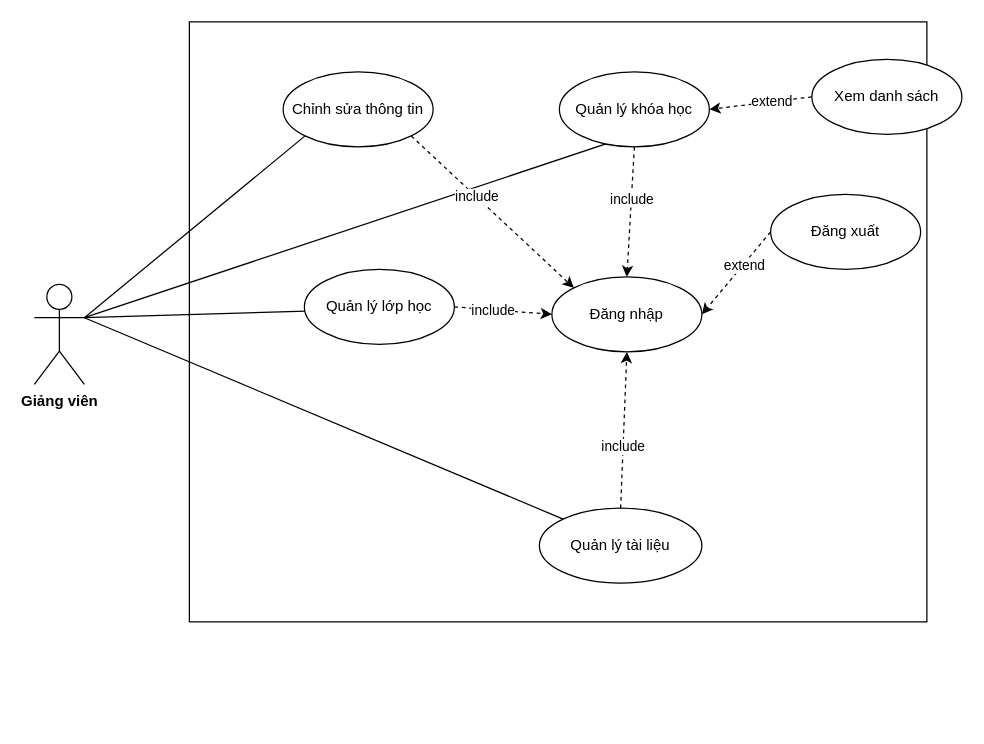
This is page "Usecase giảng viên" (4 of 5) of usecase.drawio from dctuyen/myFinalYearProject, a draw.io file, before an edit. Source tidied: cells renumbered, new cells numbered last; positions are measured from the earlier drawing's top-left corner, leaving out a move shared by most shapes. Both pictures are drawn from the tidied source at 125%, with x=0, y=0 at pixel (34, 21).
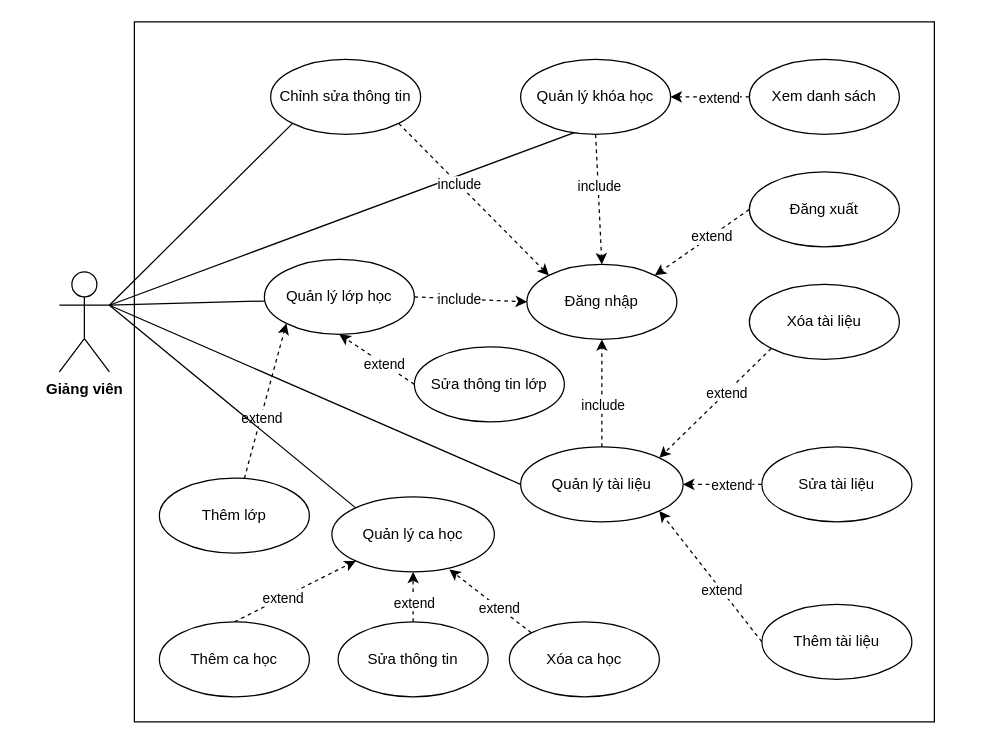
The same diagram, later.

Change to the diagram source:
```diff
@@
     <mxCell id="2" style="rounded=0;whiteSpace=wrap;html=1;" parent="1" vertex="1">
-      <mxGeometry x="124" width="590" height="480" as="geometry" />
+      <mxGeometry x="80" width="640" height="560" as="geometry" />
     </mxCell>
     <mxCell id="3" value="Đăng nhập" style="ellipse;whiteSpace=wrap;html=1;verticalAlign=middle;" parent="1" vertex="1">
-      <mxGeometry x="414" y="204" width="120" height="60" as="geometry" />
+      <mxGeometry x="394" y="194" width="120" height="60" as="geometry" />
     </mxCell>
     <mxCell id="4" value="&lt;b&gt;Giảng viên&lt;/b&gt;" style="shape=umlActor;verticalLabelPosition=bottom;verticalAlign=top;html=1;outlineConnect=0;" parent="1" vertex="1">
-      <mxGeometry y="210" width="40" height="80" as="geometry" />
+      <mxGeometry x="20" y="200" width="40" height="80" as="geometry" />
     </mxCell>
@@
     <mxCell id="6" value="Quản lý tài liệu" style="ellipse;whiteSpace=wrap;html=1;verticalAlign=middle;" parent="1" vertex="1">
-      <mxGeometry x="404" y="389" width="130" height="60" as="geometry" />
+      <mxGeometry x="389" y="340" width="130" height="60" as="geometry" />
     </mxCell>
-    <mxCell id="7" style="edgeStyle=none;rounded=1;jettySize=auto;html=1;endArrow=none;endFill=0;entryX=0;entryY=0;entryDx=0;entryDy=0;exitX=1;exitY=0.3333333333333333;exitDx=0;exitDy=0;exitPerimeter=0;" parent="1" edge="1" source="4" target="6">
+    <mxCell id="7" style="edgeStyle=none;rounded=1;jettySize=auto;html=1;endArrow=none;endFill=0;entryX=0;entryY=0.5;entryDx=0;entryDy=0;exitX=1;exitY=0.3333333333333333;exitDx=0;exitDy=0;exitPerimeter=0;" parent="1" edge="1" source="4" target="6">
       <mxGeometry relative="1" as="geometry" />
     </mxCell>
     <mxCell id="8" value="Quản lý lớp học" style="ellipse;whiteSpace=wrap;html=1;verticalAlign=middle;" parent="1" vertex="1">
-      <mxGeometry x="216" y="198" width="120" height="60" as="geometry" />
+      <mxGeometry x="184" y="190" width="120" height="60" as="geometry" />
     </mxCell>
@@
     <mxCell id="10" value="Quản lý khóa học" style="ellipse;whiteSpace=wrap;html=1;verticalAlign=middle;" parent="1" vertex="1">
-      <mxGeometry x="420" y="40" width="120" height="60" as="geometry" />
+      <mxGeometry x="389" y="30" width="120" height="60" as="geometry" />
     </mxCell>
@@
     <mxCell id="17" value="Chỉnh sửa thông tin" style="ellipse;whiteSpace=wrap;html=1;verticalAlign=middle;" parent="1" vertex="1">
-      <mxGeometry x="199" y="40" width="120" height="60" as="geometry" />
+      <mxGeometry x="189" y="30" width="120" height="60" as="geometry" />
     </mxCell>
@@
-    <mxCell id="21" style="rounded=0;jettySize=auto;html=1;exitX=0;exitY=0.5;exitDx=0;exitDy=0;entryX=1;entryY=0.5;entryDx=0;entryDy=0;dashed=1;" parent="1" edge="1" source="23" target="3">
+    <mxCell id="21" style="rounded=0;jettySize=auto;html=1;exitX=0;exitY=0.5;exitDx=0;exitDy=0;entryX=1;entryY=0;entryDx=0;entryDy=0;dashed=1;" parent="1" edge="1" source="23" target="3">
       <mxGeometry relative="1" as="geometry" />
     </mxCell>
@@
     <mxCell id="23" value="Đăng xuất" style="ellipse;whiteSpace=wrap;html=1;verticalAlign=middle;" parent="1" vertex="1">
-      <mxGeometry x="589" y="138" width="120" height="60" as="geometry" />
+      <mxGeometry x="572" y="120" width="120" height="60" as="geometry" />
     </mxCell>
@@
     <mxCell id="26" value="Xem danh sách" style="ellipse;whiteSpace=wrap;html=1;verticalAlign=middle;" parent="1" vertex="1">
-      <mxGeometry x="622" y="30" width="120" height="60" as="geometry" />
+      <mxGeometry x="572" y="30" width="120" height="60" as="geometry" />
     </mxCell>
+    <mxCell id="27" style="rounded=0;jettySize=auto;html=1;entryX=0;entryY=1;entryDx=0;entryDy=0;dashed=1;" parent="1" edge="1" source="29" target="8">
+      <mxGeometry relative="1" as="geometry" />
+    </mxCell>
+    <mxCell id="28" value="extend" style="edgeLabel;html=1;align=center;verticalAlign=middle;" parent="27" vertex="1">
+      <mxGeometry x="-0.2" relative="1" as="geometry" />
+    </mxCell>
+    <mxCell id="29" value="Thêm lớp" style="ellipse;whiteSpace=wrap;html=1;verticalAlign=middle;" parent="1" vertex="1">
+      <mxGeometry x="100" y="365" width="120" height="60" as="geometry" />
+    </mxCell>
+    <mxCell id="30" style="rounded=0;jettySize=auto;html=1;exitX=0;exitY=0.5;exitDx=0;exitDy=0;entryX=0.5;entryY=1;entryDx=0;entryDy=0;dashed=1;" parent="1" edge="1" source="32" target="8">
+      <mxGeometry relative="1" as="geometry" />
+    </mxCell>
+    <mxCell id="31" value="extend" style="edgeLabel;html=1;align=center;verticalAlign=middle;" parent="30" vertex="1">
+      <mxGeometry x="-0.2" relative="1" as="geometry" />
+    </mxCell>
+    <mxCell id="32" value="Sửa thông tin lớp" style="ellipse;whiteSpace=wrap;html=1;verticalAlign=middle;" parent="1" vertex="1">
+      <mxGeometry x="304" y="260" width="120" height="60" as="geometry" />
+    </mxCell>
+    <mxCell id="33" style="rounded=0;jettySize=auto;html=1;exitX=0;exitY=0.5;exitDx=0;exitDy=0;entryX=1;entryY=1;entryDx=0;entryDy=0;dashed=1;" parent="1" edge="1" source="35" target="6">
+      <mxGeometry relative="1" as="geometry" />
+    </mxCell>
+    <mxCell id="34" value="extend" style="edgeLabel;html=1;align=center;verticalAlign=middle;" parent="33" vertex="1">
+      <mxGeometry x="-0.2" relative="1" as="geometry" />
+    </mxCell>
+    <mxCell id="35" value="Thêm tài liệu" style="ellipse;whiteSpace=wrap;html=1;verticalAlign=middle;" parent="1" vertex="1">
+      <mxGeometry x="582" y="466" width="120" height="60" as="geometry" />
+    </mxCell>
+    <mxCell id="36" style="rounded=0;jettySize=auto;html=1;exitX=0;exitY=0.5;exitDx=0;exitDy=0;entryX=1;entryY=0.5;entryDx=0;entryDy=0;dashed=1;" parent="1" edge="1" source="38" target="6">
+      <mxGeometry relative="1" as="geometry" />
+    </mxCell>
+    <mxCell id="37" value="extend" style="edgeLabel;html=1;align=center;verticalAlign=middle;" parent="36" vertex="1">
+      <mxGeometry x="-0.2" relative="1" as="geometry" />
+    </mxCell>
+    <mxCell id="38" value="Sửa tài liệu" style="ellipse;whiteSpace=wrap;html=1;verticalAlign=middle;" parent="1" vertex="1">
+      <mxGeometry x="582" y="340" width="120" height="60" as="geometry" />
+    </mxCell>
+    <mxCell id="39" style="rounded=0;jettySize=auto;html=1;exitX=0;exitY=1;exitDx=0;exitDy=0;dashed=1;entryX=1;entryY=0;entryDx=0;entryDy=0;" parent="1" edge="1" source="41" target="6">
+      <mxGeometry relative="1" as="geometry" />
+    </mxCell>
+    <mxCell id="40" value="extend" style="edgeLabel;html=1;align=center;verticalAlign=middle;" parent="39" vertex="1">
+      <mxGeometry x="-0.2" relative="1" as="geometry" />
+    </mxCell>
+    <mxCell id="41" value="Xóa tài liệu" style="ellipse;whiteSpace=wrap;html=1;verticalAlign=middle;" parent="1" vertex="1">
+      <mxGeometry x="572" y="210" width="120" height="60" as="geometry" />
+    </mxCell>
+    <mxCell id="42" value="Quản lý ca học" style="ellipse;whiteSpace=wrap;html=1;verticalAlign=middle;" parent="1" vertex="1">
+      <mxGeometry x="238" y="380" width="130" height="60" as="geometry" />
+    </mxCell>
+    <mxCell id="43" style="edgeStyle=none;rounded=1;jettySize=auto;html=1;endArrow=none;endFill=0;entryX=0;entryY=0;entryDx=0;entryDy=0;exitX=1;exitY=0.3333333333333333;exitDx=0;exitDy=0;exitPerimeter=0;" parent="1" edge="1" source="4" target="42">
+      <mxGeometry relative="1" as="geometry" />
+    </mxCell>
+    <mxCell id="44" style="rounded=0;jettySize=auto;html=1;exitX=0.5;exitY=0;exitDx=0;exitDy=0;entryX=0;entryY=1;entryDx=0;entryDy=0;dashed=1;" parent="1" edge="1" source="46" target="42">
+      <mxGeometry relative="1" as="geometry" />
+    </mxCell>
+    <mxCell id="45" value="extend" style="edgeLabel;html=1;align=center;verticalAlign=middle;" parent="44" vertex="1">
+      <mxGeometry x="-0.2" relative="1" as="geometry" />
+    </mxCell>
+    <mxCell id="46" value="Thêm ca học" style="ellipse;whiteSpace=wrap;html=1;verticalAlign=middle;" parent="1" vertex="1">
+      <mxGeometry x="100" y="480" width="120" height="60" as="geometry" />
+    </mxCell>
+    <mxCell id="47" style="rounded=0;jettySize=auto;html=1;exitX=0.5;exitY=0;exitDx=0;exitDy=0;entryX=0.5;entryY=1;entryDx=0;entryDy=0;dashed=1;" parent="1" edge="1" source="49" target="42">
+      <mxGeometry relative="1" as="geometry" />
+    </mxCell>
+    <mxCell id="48" value="extend" style="edgeLabel;html=1;align=center;verticalAlign=middle;" parent="47" vertex="1">
+      <mxGeometry x="-0.2" relative="1" as="geometry" />
+    </mxCell>
+    <mxCell id="49" value="Sửa thông tin" style="ellipse;whiteSpace=wrap;html=1;verticalAlign=middle;" parent="1" vertex="1">
+      <mxGeometry x="243" y="480" width="120" height="60" as="geometry" />
+    </mxCell>
+    <mxCell id="50" style="rounded=0;jettySize=auto;html=1;exitX=0;exitY=0;exitDx=0;exitDy=0;dashed=1;entryX=0.723;entryY=0.967;entryDx=0;entryDy=0;entryPerimeter=0;" parent="1" edge="1" source="52" target="42">
+      <mxGeometry relative="1" as="geometry" />
+    </mxCell>
+    <mxCell id="51" value="extend" style="edgeLabel;html=1;align=center;verticalAlign=middle;" parent="50" vertex="1">
+      <mxGeometry x="-0.2" relative="1" as="geometry" />
+    </mxCell>
+    <mxCell id="52" value="Xóa ca học" style="ellipse;whiteSpace=wrap;html=1;verticalAlign=middle;" parent="1" vertex="1">
+      <mxGeometry x="380" y="480" width="120" height="60" as="geometry" />
+    </mxCell>
```
